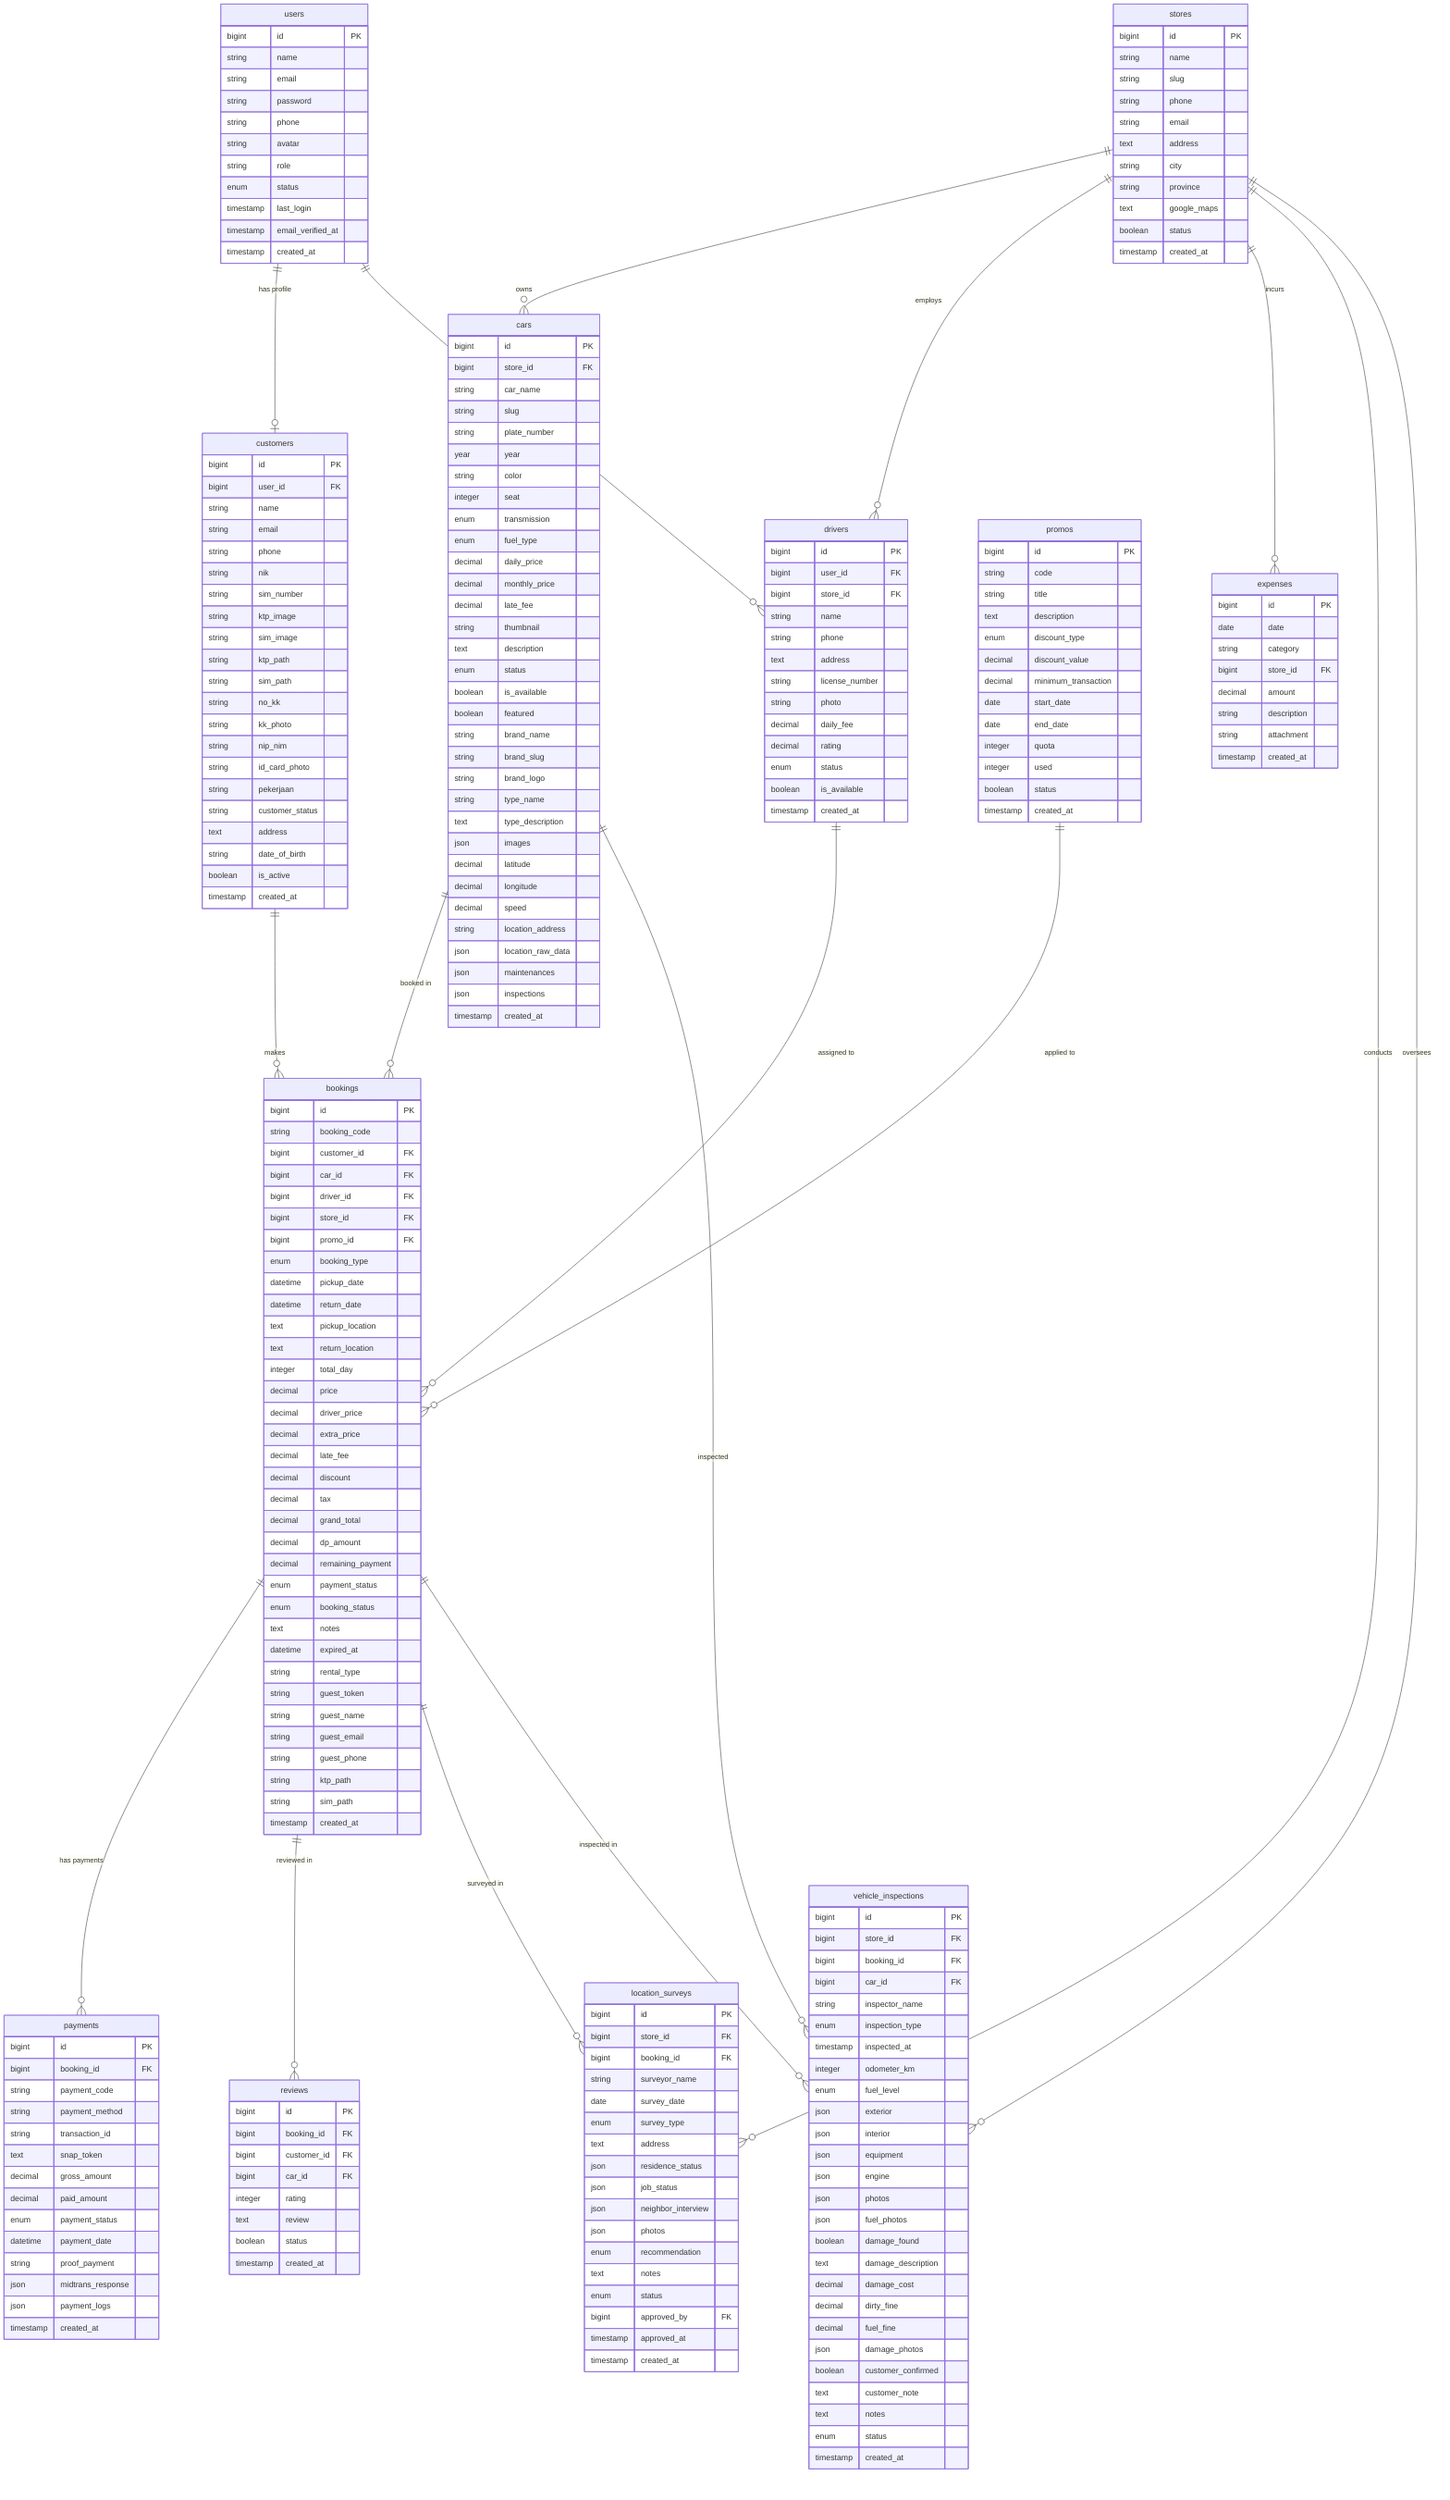
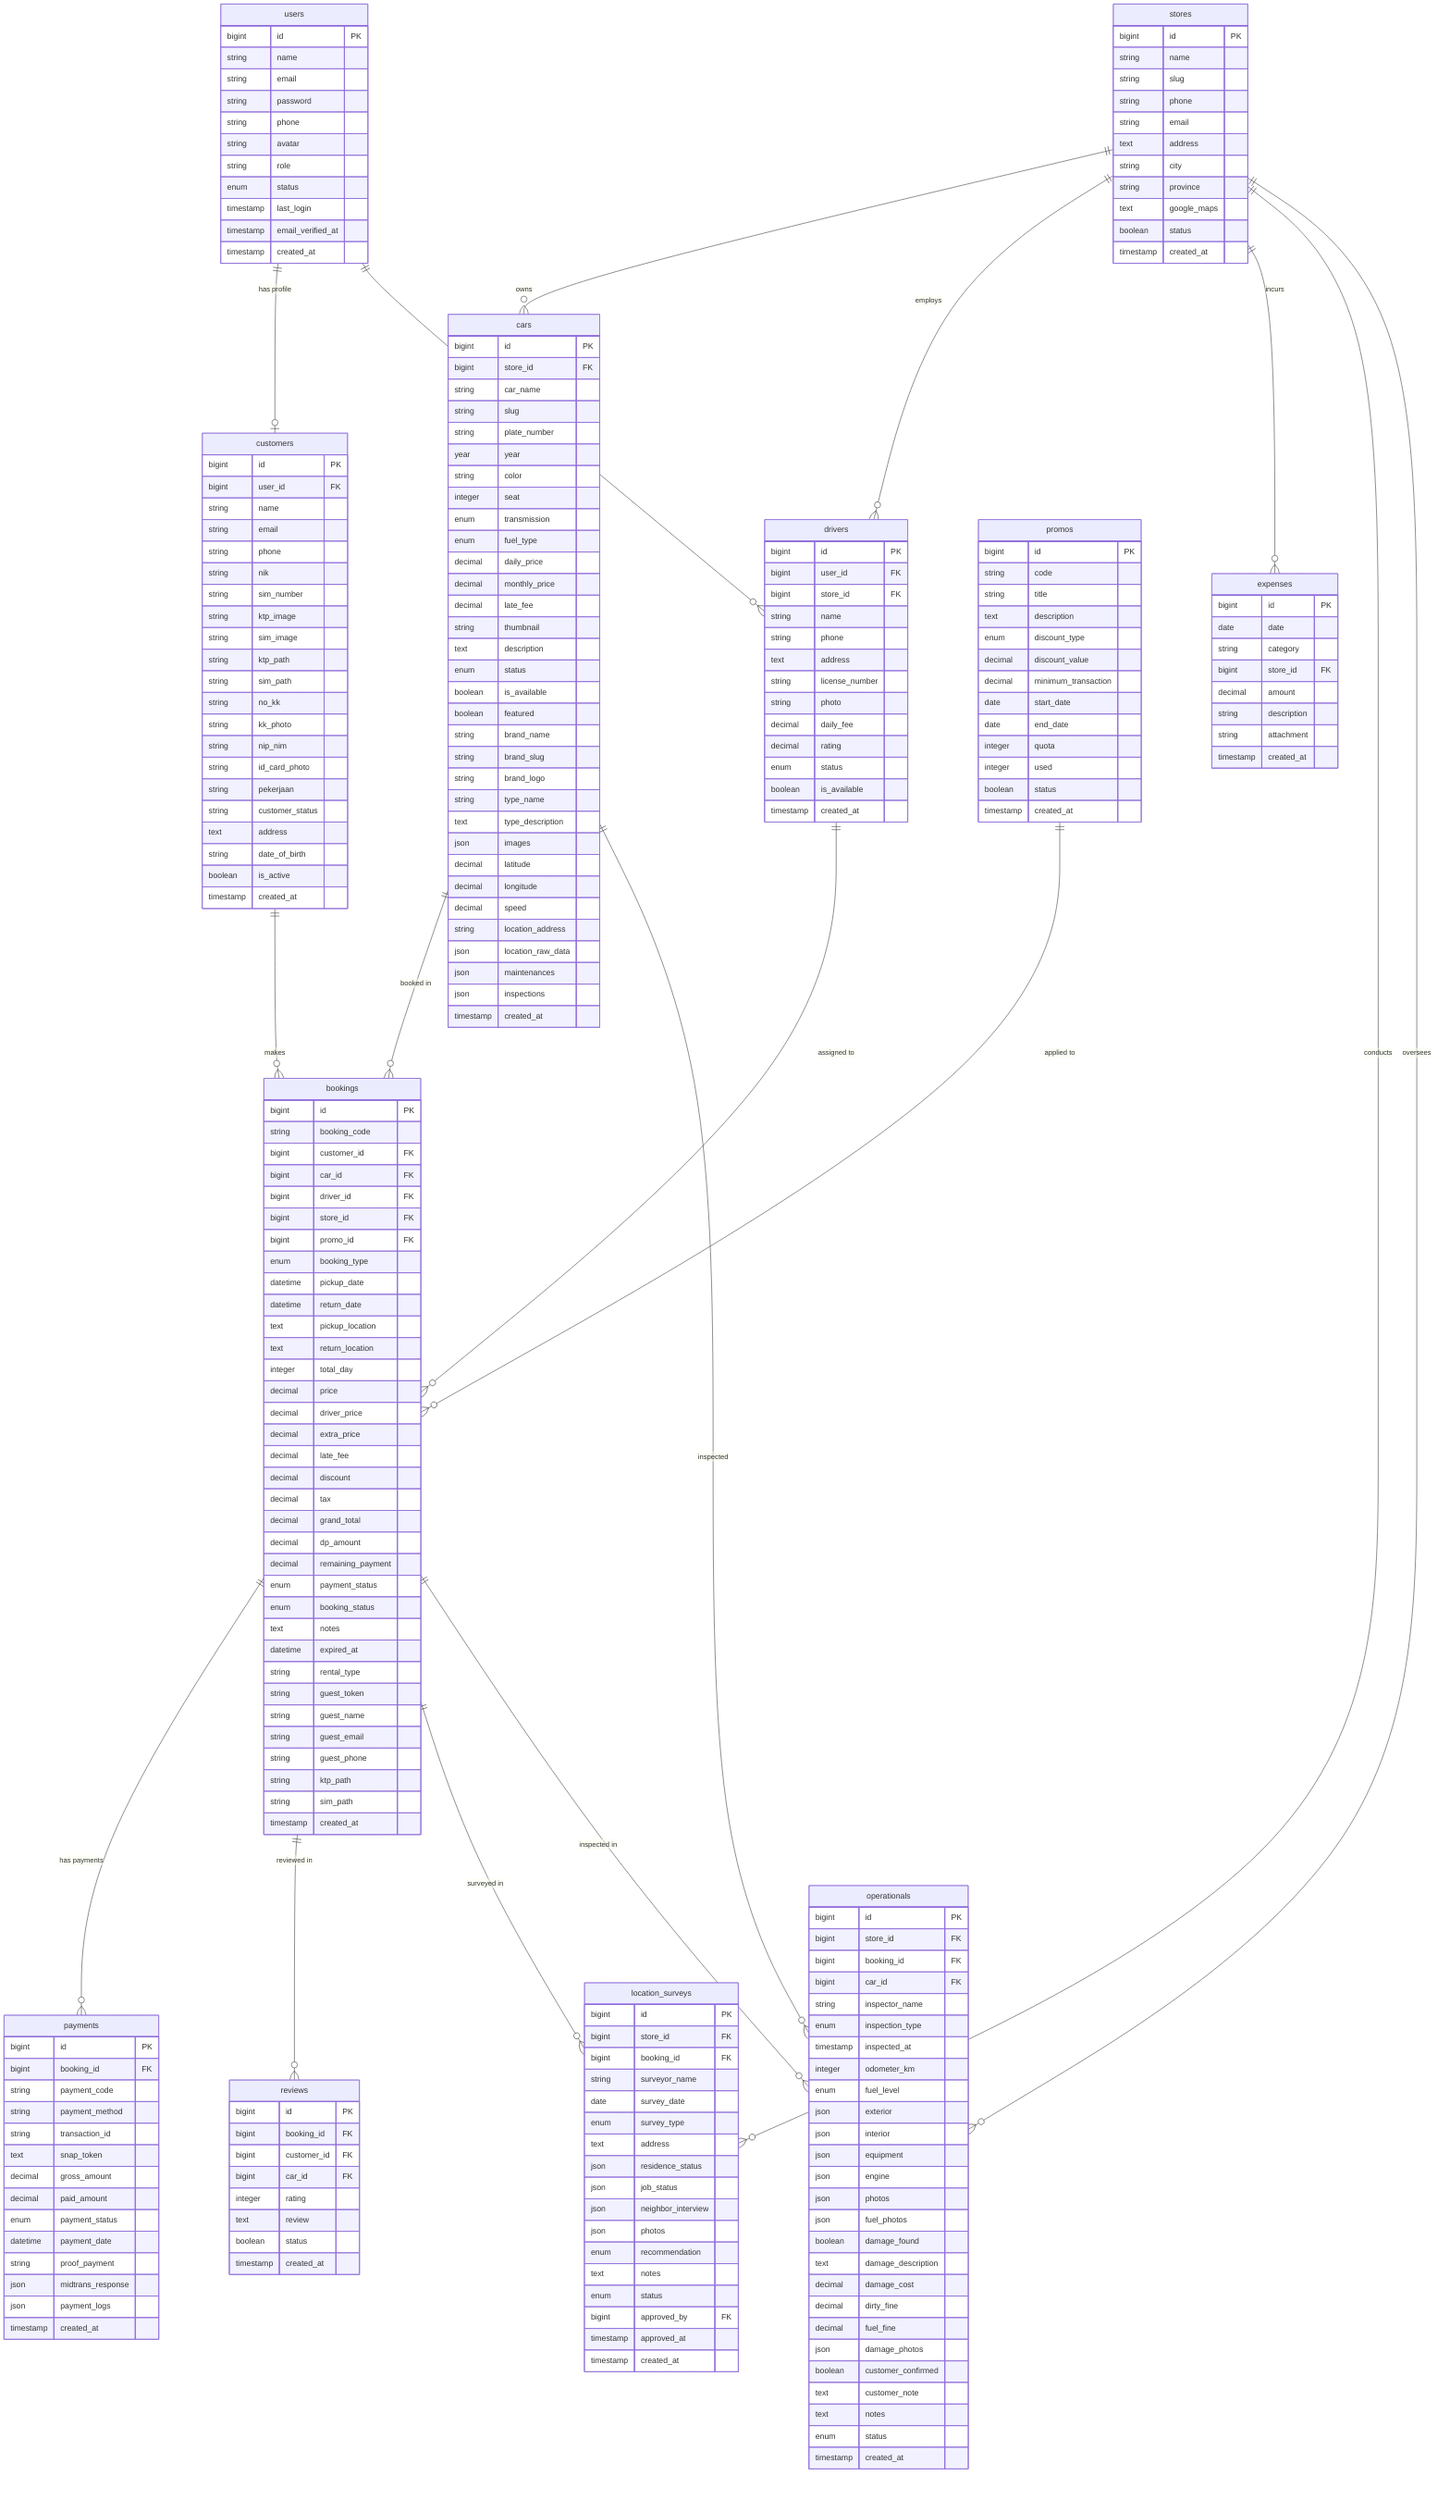
---
id: 513d296e-514d-4f5b-a7be-0b5e620c7ff3
---
erDiagram
    users {
        bigint id PK
        string name
        string email
        string password
        string phone
        string avatar
        string role
        enum status
        timestamp last_login
        timestamp email_verified_at
        timestamp created_at
    }

    customers {
        bigint id PK
        bigint user_id FK
        string name
        string email
        string phone
        string nik
        string sim_number
        string ktp_image
        string sim_image
        string ktp_path
        string sim_path
        string no_kk
        string kk_photo
        string nip_nim
        string id_card_photo
        string pekerjaan
        string customer_status
        text address
        string date_of_birth
        boolean is_active
        timestamp created_at
    }

    stores {
        bigint id PK
        string name
        string slug
        string phone
        string email
        text address
        string city
        string province
        text google_maps
        boolean status
        timestamp created_at
    }

    cars {
        bigint id PK
        bigint store_id FK
        string car_name
        string slug
        string plate_number
        year year
        string color
        integer seat
        enum transmission
        enum fuel_type
        decimal daily_price
        decimal monthly_price
        decimal late_fee
        string thumbnail
        text description
        enum status
        boolean is_available
        boolean featured
        string brand_name
        string brand_slug
        string brand_logo
        string type_name
        text type_description
        json images
        decimal latitude
        decimal longitude
        decimal speed
        string location_address
        json location_raw_data
        json maintenances
        json inspections
        timestamp created_at
    }

    drivers {
        bigint id PK
        bigint user_id FK
        bigint store_id FK
        string name
        string phone
        text address
        string license_number
        string photo
        decimal daily_fee
        decimal rating
        enum status
        boolean is_available
        timestamp created_at
    }

    promos {
        bigint id PK
        string code
        string title
        text description
        enum discount_type
        decimal discount_value
        decimal minimum_transaction
        date start_date
        date end_date
        integer quota
        integer used
        boolean status
        timestamp created_at
    }

    bookings {
        bigint id PK
        string booking_code
        bigint customer_id FK
        bigint car_id FK
        bigint driver_id FK
        bigint store_id FK
        bigint promo_id FK
        enum booking_type
        datetime pickup_date
        datetime return_date
        text pickup_location
        text return_location
        integer total_day
        decimal price
        decimal driver_price
        decimal extra_price
        decimal late_fee
        decimal discount
        decimal tax
        decimal grand_total
        decimal dp_amount
        decimal remaining_payment
        enum payment_status
        enum booking_status
        text notes
        datetime expired_at
        string rental_type
        string guest_token
        string guest_name
        string guest_email
        string guest_phone
        string ktp_path
        string sim_path
        timestamp created_at
    }

    payments {
        bigint id PK
        bigint booking_id FK
        string payment_code
        string payment_method
        string transaction_id
        text snap_token
        decimal gross_amount
        decimal paid_amount
        enum payment_status
        datetime payment_date
        string proof_payment
        json midtrans_response
        json payment_logs
        timestamp created_at
    }

    expenses {
        bigint id PK
        date date
        string category
        bigint store_id FK
        decimal amount
        string description
        string attachment
        timestamp created_at
    }

    reviews {
        bigint id PK
        bigint booking_id FK
        bigint customer_id FK
        bigint car_id FK
        integer rating
        text review
        boolean status
        timestamp created_at
    }

    location_surveys {
        bigint id PK
        bigint store_id FK
        bigint booking_id FK
        string surveyor_name
        date survey_date
        enum survey_type
        text address
        json residence_status
        json job_status
        json neighbor_interview
        json photos
        enum recommendation
        text notes
        enum status
        bigint approved_by FK
        timestamp approved_at
        timestamp created_at
    }

-     vehicle_inspections {
+     operationals {
        bigint id PK
        bigint store_id FK
        bigint booking_id FK
        bigint car_id FK
        string inspector_name
        enum inspection_type
        timestamp inspected_at
        integer odometer_km
        enum fuel_level
        json exterior
        json interior
        json equipment
        json engine
        json photos
        json fuel_photos
        boolean damage_found
        text damage_description
        decimal damage_cost
        decimal dirty_fine
        decimal fuel_fine
        json damage_photos
        boolean customer_confirmed
        text customer_note
        text notes
        enum status
        timestamp created_at
    }

    users ||--o| customers : "has profile"
    users ||--o{ drivers : "is driver"
    stores ||--o{ cars : "owns"
    stores ||--o{ drivers : "employs"
    stores ||--o{ expenses : "incurs"
    stores ||--o{ location_surveys : "conducts"
-     stores ||--o{ vehicle_inspections : "oversees"
+     stores ||--o{ operationals : "oversees"
    cars ||--o{ bookings : "booked in"
    customers ||--o{ bookings : "makes"
    drivers ||--o{ bookings : "assigned to"
    promos ||--o{ bookings : "applied to"
    bookings ||--o{ payments : "has payments"
    bookings ||--o{ reviews : "reviewed in"
    bookings ||--o{ location_surveys : "surveyed in"
-     bookings ||--o{ vehicle_inspections : "inspected in"
-     cars ||--o{ vehicle_inspections : "inspected"+     bookings ||--o{ operationals : "inspected in"
+     cars ||--o{ operationals : "inspected"